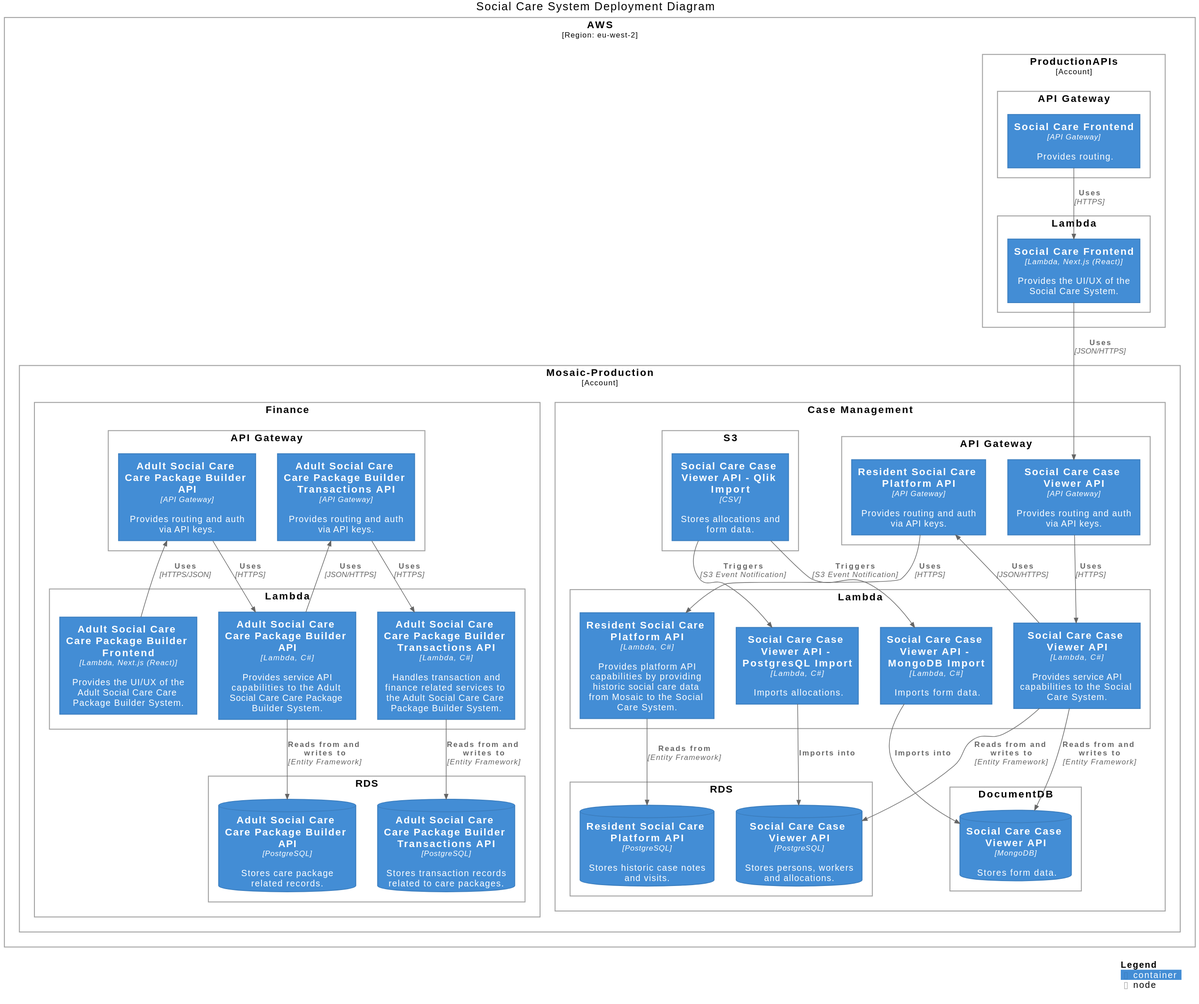
Before: static/img/diagrams/deployment.svg, a diagram exported from PlantUML (LBHackney-IT/social-care-architecture).
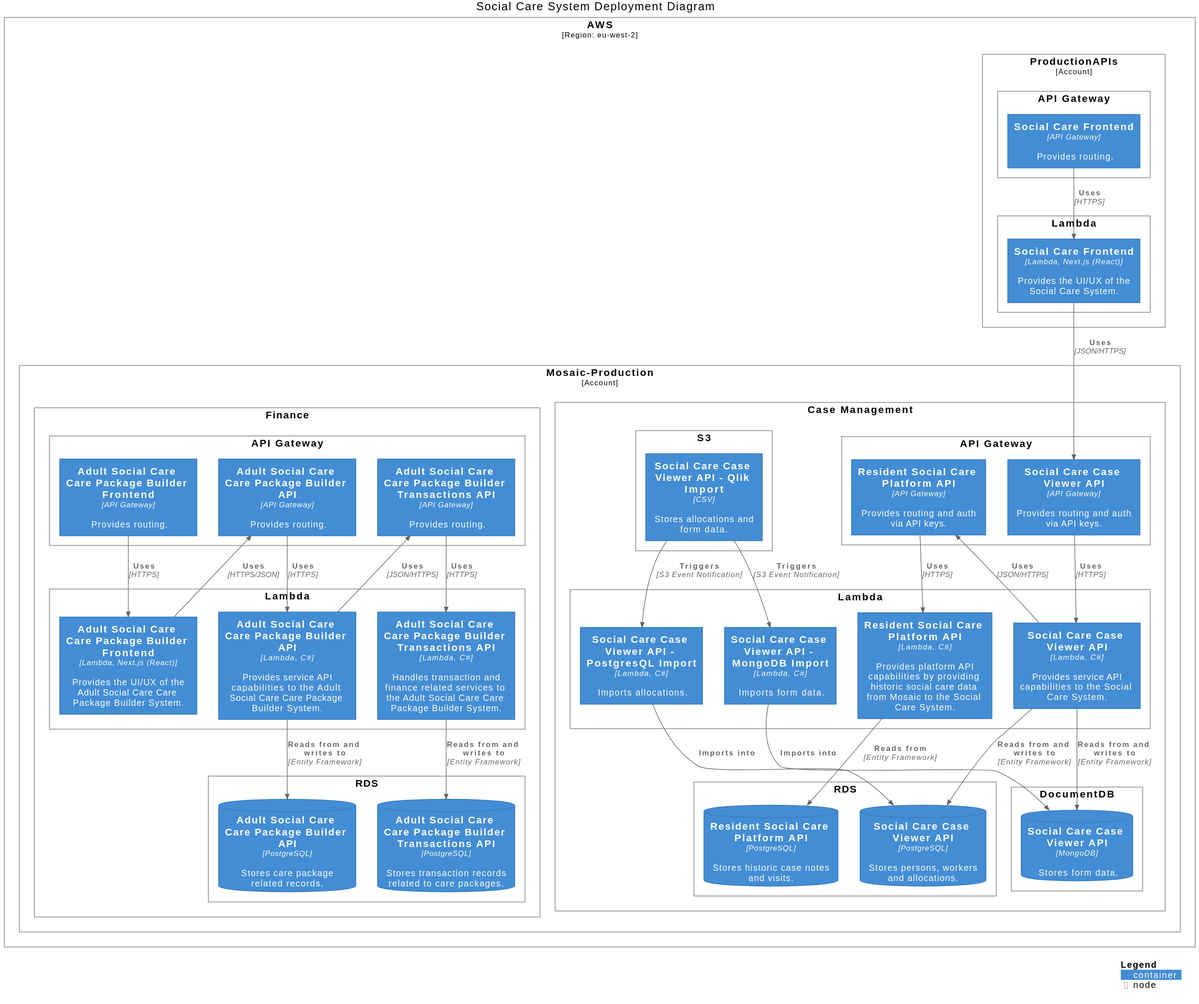
Above is the later version.

Commit message:
Add APIGW for finance front end in deployment diagram

The edit, as a diff of the source:
```diff
@@ -52,8 +52,9 @@
     Deployment_Node(mosaic_production_finance, "Finance") {
 
       Deployment_Node(aws_mosaic_production_api_gateway_finance, "API Gateway") {
-        Container(adult_social_care_builder_api_api_gateway, "Adult Social Care Care Package Builder API", "API Gateway", "Provides routing and auth via API keys.")
-        Container(adult_social_care_builder_transactions_api_api_gateway, "Adult Social Care Care Package Builder Transactions API", "API Gateway", "Provides routing and auth via API keys.")
+        Container(adult_social_care_builder_frontend_api_gateway, "Adult Social Care Care Package Builder Frontend", "API Gateway", "Provides routing.")
+        Container(adult_social_care_builder_api_api_gateway, "Adult Social Care Care Package Builder API", "API Gateway", "Provides routing.")
+        Container(adult_social_care_builder_transactions_api_api_gateway, "Adult Social Care Care Package Builder Transactions API", "API Gateway", "Provides routing.")
       }
 
       Deployment_Node(aws_mosaic_production_lambda_finance, "Lambda") {
@@ -81,6 +82,7 @@
 Rel(adult_social_care_builder_frontend_lambda, adult_social_care_builder_api_api_gateway, "Uses", "HTTPS/JSON")
 Rel(adult_social_care_builder_api_api_gateway, adult_social_care_builder_api_lambda, "Uses", "HTTPS")
 Rel(adult_social_care_builder_api_lambda, adult_social_care_builder_api_rds, "Reads from and writes to", "Entity Framework")
+Rel(adult_social_care_builder_frontend_api_gateway, adult_social_care_builder_frontend_lambda, "Uses", "HTTPS")
 
 Rel(adult_social_care_builder_transactions_api_api_gateway, adult_social_care_builder_transactions_api_lambda, "Uses", "HTTPS")
 Rel(adult_social_care_builder_transactions_api_lambda, adult_social_care_builder_transactions_api_rds, "Reads from and writes to", "Entity Framework")
```
